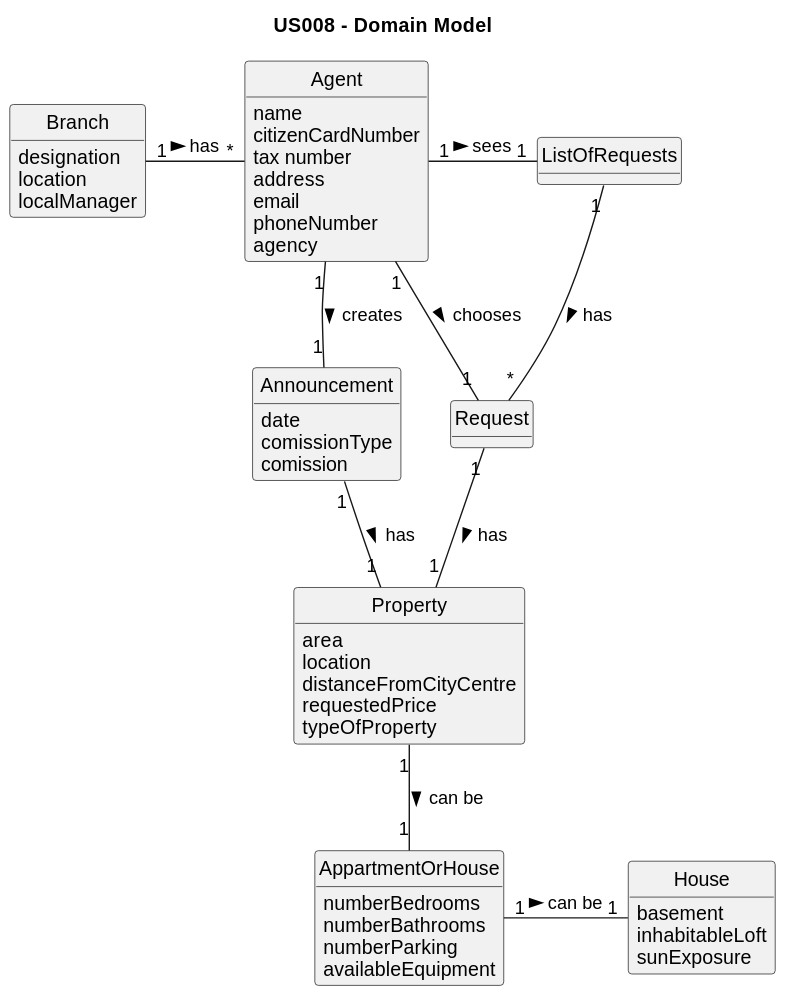
Earlier version of the PlantUML export docs/sprintD/us008/02.analysis/svg/us008-domain-model.svg (1220812/LAPR2).
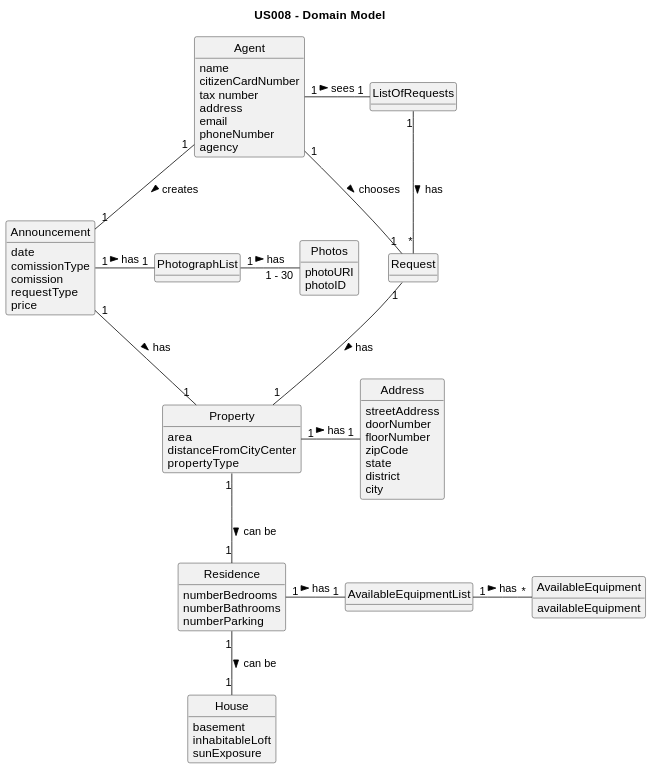
Later version of the same file.

The edit, as a diff of the source:
```diff
@@ -10,11 +10,6 @@
 
 title US008 - Domain Model
 
-class Branch {
-    designation
-    location
-    localManager
-}
 
 class Agent {
     name
@@ -28,22 +23,36 @@
 
 class Property {
     area
-    location
-    distanceFromCityCentre
-    requestedPrice
-    typeOfProperty
+    distanceFromCityCenter
+    propertyType
+}
+
+class PhotographList {
+}
+
+class Photos {
+    photoURI
+    photoID
 }
 
 class Announcement {
     date
     comissionType
     comission
+    requestType
+    price
 }
 
-class AppartmentOrHouse {
+class Residence {
     numberBedrooms
     numberBathrooms
     numberParking
+}
+
+class AvailableEquipmentList {
+}
+
+class AvailableEquipment {
     availableEquipment
 }
 
@@ -53,15 +62,29 @@
     sunExposure
 }
 
+class Address {
+    streetAddress
+    doorNumber
+    floorNumber
+    zipCode
+    state
+    district
+    city
+}
+
 class Request
 
-Branch "1" - "*" Agent : has >
 Agent "1" - "1" ListOfRequests : sees >
 ListOfRequests "1" -- "*" Request : has >
 Announcement "1" -- "1" Property : has >
 Agent "1" -- "1" Request : chooses >
-Property "1" -- "1" AppartmentOrHouse : can be >
-AppartmentOrHouse "1" - "1" House : can be >
+Property "1" -- "1" Residence : can be >
+Property "1" - "1" Address : has >
+Residence "1" -- "1" House : can be >
 Request "1" -- "1" Property : has >
 Agent "1" -- "1" Announcement : creates >
+Residence "1" - "1" AvailableEquipmentList : has >
+AvailableEquipmentList "1" - "*" AvailableEquipment : has >
+Announcement "1" - "1" PhotographList : has >
+PhotographList "1" - "1 - 30" Photos : has >
 @enduml
```
